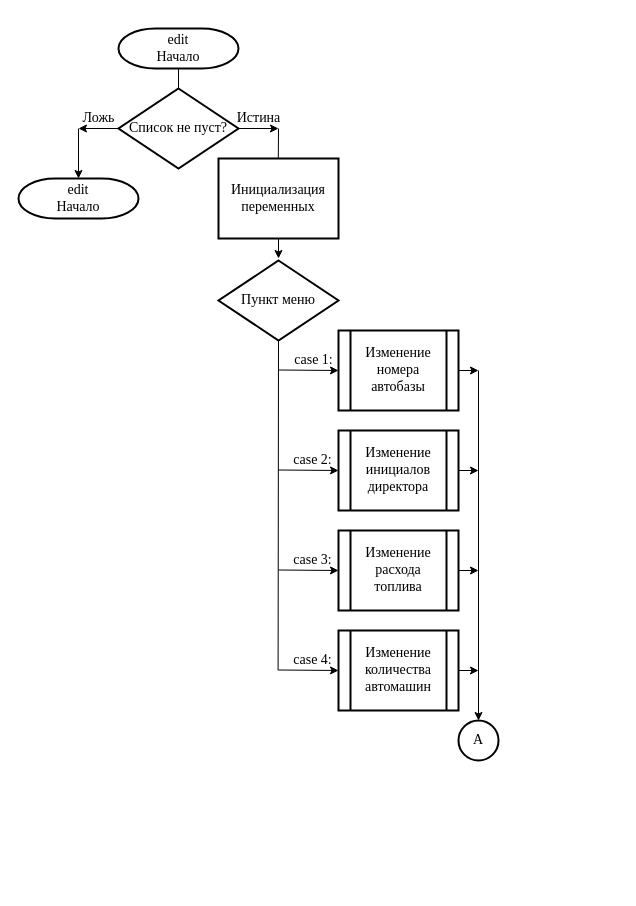
Earlier version of the draw.io diagram page "Корректировка" (9 of 12) of Структурные схемы для КП.drawio (noidoRG/my-draw.io). Source tidied: cells renumbered, new cells numbered last; positions are measured from the earlier drawing's top-left corner, leaving out a move shared by most shapes. Both pictures are drawn from the tidied source at 100%, with x=0, y=0 at pixel (18, 28).
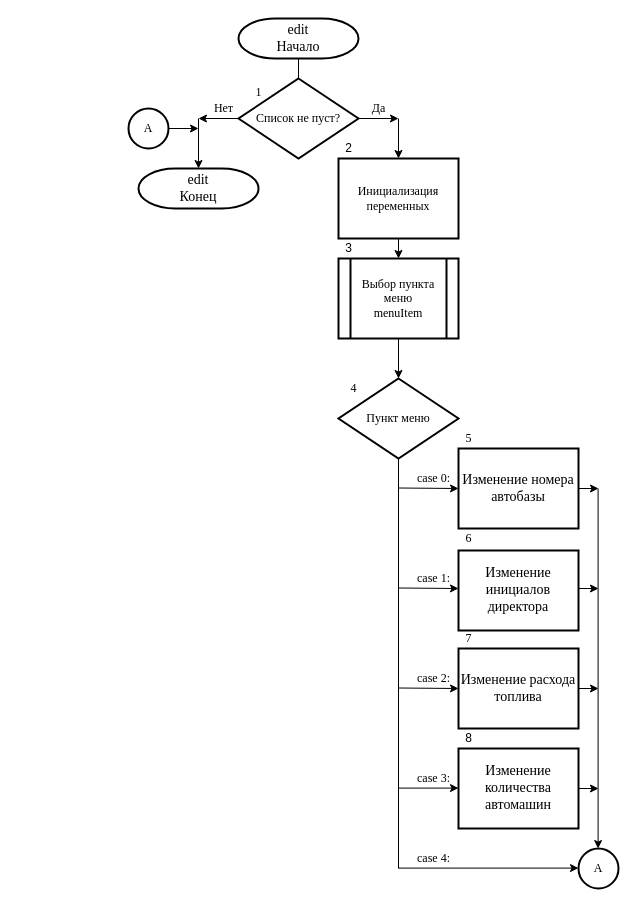
The same page after the edit.

The edit, as a diff of the source:
```diff
@@
-    <mxCell id="2" value="&lt;font style=&quot;font-size: 14px&quot;&gt;edit&lt;br&gt;Начало&lt;/font&gt;" style="strokeWidth=2;html=1;shape=mxgraph.flowchart.terminator;whiteSpace=wrap;fontFamily=Times New Roman;" parent="1" vertex="1">
-      <mxGeometry x="100" width="120" height="40" as="geometry" />
-    </mxCell>
-    <mxCell id="3" value="Список не пуст?" style="rhombus;whiteSpace=wrap;html=1;strokeWidth=2;fontFamily=Times New Roman;fontSize=14;" parent="1" vertex="1">
-      <mxGeometry x="100" y="60" width="120" height="80" as="geometry" />
-    </mxCell>
-    <mxCell id="4" style="endArrow=classic;html=1;rounded=0;fontFamily=Times New Roman;fontSize=14;" parent="1" edge="1">
-      <mxGeometry relative="1" as="geometry">
-        <mxPoint x="100" y="100" as="sourcePoint" />
-        <mxPoint x="60" y="100" as="targetPoint" />
-      </mxGeometry>
-    </mxCell>
-    <mxCell id="5" style="endArrow=classic;html=1;rounded=0;fontFamily=Times New Roman;fontSize=14;" parent="1" edge="1" source="3">
-      <mxGeometry relative="1" as="geometry">
-        <mxPoint x="260" y="100" as="targetPoint" />
-      </mxGeometry>
-    </mxCell>
-    <mxCell id="6" style="endArrow=classic;html=1;fontFamily=Times New Roman;fontSize=14;fontColor=rgb(0, 0, 0);align=center;strokeColor=rgb(0, 0, 0);entryX=0.5;entryY=0;entryDx=0;entryDy=0;entryPerimeter=0;" parent="1" edge="1" target="33">
-      <mxGeometry relative="1" as="geometry">
-        <mxPoint x="60" y="100" as="sourcePoint" />
-      </mxGeometry>
-    </mxCell>
-    <mxCell id="7" style="endArrow=none;html=1;rounded=0;fontFamily=Times New Roman;fontSize=14;" parent="1" edge="1">
-      <mxGeometry relative="1" as="geometry">
-        <mxPoint x="259.8" y="130" as="sourcePoint" />
-        <mxPoint x="260" y="100" as="targetPoint" />
-      </mxGeometry>
-    </mxCell>
-    <mxCell id="8" value="Инициализация переменных" style="rounded=0;whiteSpace=wrap;html=1;strokeWidth=2;fontFamily=Times New Roman;fontSize=14;" parent="1" vertex="1">
-      <mxGeometry x="200" y="130" width="120" height="80" as="geometry" />
-    </mxCell>
-    <mxCell id="9" style="endArrow=none;html=1;rounded=0;fontFamily=Times New Roman;fontSize=14;" parent="1" edge="1">
-      <mxGeometry relative="1" as="geometry">
-        <mxPoint x="160" y="60" as="sourcePoint" />
-        <mxPoint x="160" y="40" as="targetPoint" />
-      </mxGeometry>
-    </mxCell>
-    <mxCell id="10" value="Истина" style="text;html=1;align=center;verticalAlign=middle;fontFamily=Times New Roman;fontSize=14;" parent="1" vertex="1">
-      <mxGeometry x="210" y="80" width="60" height="20" as="geometry" />
-    </mxCell>
-    <mxCell id="11" value="Ложь" style="text;html=1;align=center;verticalAlign=middle;fontFamily=Times New Roman;fontSize=14;" parent="1" vertex="1">
-      <mxGeometry x="60" y="80" width="40" height="20" as="geometry" />
-    </mxCell>
+    <mxCell id="34" value="Выбор пункта меню&lt;br&gt;menuItem" style="shape=process;whiteSpace=wrap;html=1;backgroundOutline=1;strokeWidth=2;fontFamily=Times New Roman;fontSize=12;align=center;" parent="1" vertex="1">
+      <mxGeometry x="320" y="230" width="120" height="80" as="geometry" />
+    </mxCell>
-    <mxCell id="12" value="Пункт меню" style="rhombus;whiteSpace=wrap;html=1;strokeWidth=2;fontFamily=Times New Roman;fontSize=14;" parent="1" vertex="1">
-      <mxGeometry x="200" y="232" width="120" height="80" as="geometry" />
+    <mxCell id="12" value="Пункт меню" style="rhombus;whiteSpace=wrap;html=1;strokeWidth=2;fontFamily=Times New Roman;" parent="1" vertex="1">
+      <mxGeometry x="320" y="350" width="120" height="80" as="geometry" />
     </mxCell>
-    <mxCell id="13" style="endArrow=none;html=1;rounded=0;fontFamily=Times New Roman;fontSize=14;entryX=0.5;entryY=1;entryDx=0;entryDy=0;" parent="1" edge="1" target="12">
-      <mxGeometry relative="1" as="geometry">
-        <mxPoint x="259.6" y="642" as="sourcePoint" />
-      </mxGeometry>
-    </mxCell>
-    <mxCell id="14" style="endArrow=classic;html=1;entryX=0;entryY=0.5;entryDx=0;entryDy=0;rounded=0;fontFamily=Times New Roman;fontSize=14;" parent="1" edge="1" target="15">
-      <mxGeometry relative="1" as="geometry">
-        <mxPoint x="260" y="341.5" as="sourcePoint" />
-      </mxGeometry>
-    </mxCell>
-    <mxCell id="15" value="Изменение номера автобазы" style="shape=process;whiteSpace=wrap;html=1;backgroundOutline=1;strokeWidth=2;fontFamily=Times New Roman;fontSize=14;" parent="1" vertex="1">
-      <mxGeometry x="320" y="302" width="120" height="80" as="geometry" />
-    </mxCell>
-    <mxCell id="16" style="endArrow=classic;html=1;entryX=0;entryY=0.5;entryDx=0;entryDy=0;rounded=0;fontFamily=Times New Roman;fontSize=14;" parent="1" edge="1" target="17">
-      <mxGeometry relative="1" as="geometry">
-        <mxPoint x="260" y="441.5" as="sourcePoint" />
-      </mxGeometry>
-    </mxCell>
-    <mxCell id="17" value="Изменение инициалов директора" style="shape=process;whiteSpace=wrap;html=1;backgroundOutline=1;strokeWidth=2;fontFamily=Times New Roman;fontSize=14;" parent="1" vertex="1">
-      <mxGeometry x="320" y="402" width="120" height="80" as="geometry" />
-    </mxCell>
-    <mxCell id="18" style="endArrow=classic;html=1;entryX=0;entryY=0.5;entryDx=0;entryDy=0;rounded=0;fontFamily=Times New Roman;fontSize=14;" parent="1" edge="1" target="19">
-      <mxGeometry relative="1" as="geometry">
-        <mxPoint x="260" y="541.5" as="sourcePoint" />
-      </mxGeometry>
-    </mxCell>
-    <mxCell id="19" value="Изменение расхода топлива" style="shape=process;whiteSpace=wrap;html=1;backgroundOutline=1;strokeWidth=2;fontFamily=Times New Roman;fontSize=14;" parent="1" vertex="1">
-      <mxGeometry x="320" y="502" width="120" height="80" as="geometry" />
-    </mxCell>
+    <mxCell id="35" style="endArrow=none;html=1;fontFamily=Times New Roman;" parent="1" edge="1">
+      <mxGeometry relative="1" as="geometry">
+        <mxPoint x="380" y="840" as="sourcePoint" />
+        <mxPoint x="380" y="430" as="targetPoint" />
+      </mxGeometry>
+    </mxCell>
+    <mxCell id="36" style="endArrow=classic;html=1;entryX=0;entryY=0.5;entryDx=0;entryDy=0;fontFamily=Times New Roman;" parent="1" edge="1">
+      <mxGeometry relative="1" as="geometry">
+        <mxPoint x="380" y="459.5" as="sourcePoint" />
+        <mxPoint x="440" y="460" as="targetPoint" />
+      </mxGeometry>
+    </mxCell>
+    <mxCell id="37" style="endArrow=classic;html=1;entryX=0;entryY=0.5;entryDx=0;entryDy=0;fontFamily=Times New Roman;" parent="1" edge="1">
+      <mxGeometry relative="1" as="geometry">
+        <mxPoint x="380" y="559.5" as="sourcePoint" />
+        <mxPoint x="440" y="560" as="targetPoint" />
+      </mxGeometry>
+    </mxCell>
+    <mxCell id="38" style="endArrow=classic;html=1;entryX=0;entryY=0.5;entryDx=0;entryDy=0;fontFamily=Times New Roman;" parent="1" edge="1">
+      <mxGeometry relative="1" as="geometry">
+        <mxPoint x="380" y="659.5" as="sourcePoint" />
+        <mxPoint x="440" y="660" as="targetPoint" />
+      </mxGeometry>
+    </mxCell>
+    <mxCell id="39" style="endArrow=classic;html=1;exitX=0.5;exitY=1;exitDx=0;exitDy=0;fontFamily=Times New Roman;" parent="1" edge="1" source="34">
+      <mxGeometry relative="1" as="geometry">
+        <mxPoint x="380" y="350" as="targetPoint" />
+      </mxGeometry>
+    </mxCell>
+    <mxCell id="40" value="case 0:" style="text;html=1;align=center;verticalAlign=middle;strokeColor=none;fillColor=none;fontFamily=Times New Roman;" parent="1" vertex="1">
+      <mxGeometry x="390" y="440" width="50" height="20" as="geometry" />
+    </mxCell>
-    <mxCell id="20" value="case 1:" style="text;html=1;align=center;verticalAlign=middle;strokeColor=none;fillColor=none;fontSize=14;fontFamily=Times New Roman;" parent="1" vertex="1">
-      <mxGeometry x="270" y="322" width="50" height="20" as="geometry" />
+    <mxCell id="20" value="case 1:" style="text;html=1;align=center;verticalAlign=middle;strokeColor=none;fillColor=none;fontFamily=Times New Roman;" parent="1" vertex="1">
+      <mxGeometry x="390" y="540" width="50" height="20" as="geometry" />
     </mxCell>
-    <mxCell id="21" value="case 2:" style="text;html=1;align=center;verticalAlign=middle;strokeColor=none;fillColor=none;fontSize=14;fontFamily=Times New Roman;" parent="1" vertex="1">
-      <mxGeometry x="269" y="422" width="50" height="20" as="geometry" />
+    <mxCell id="21" value="case 2:" style="text;html=1;align=center;verticalAlign=middle;strokeColor=none;fillColor=none;fontFamily=Times New Roman;" parent="1" vertex="1">
+      <mxGeometry x="390" y="640" width="50" height="20" as="geometry" />
     </mxCell>
+    <mxCell id="41" style="endArrow=classic;html=1;fontFamily=Times New Roman;" parent="1" edge="1">
+      <mxGeometry relative="1" as="geometry">
+        <mxPoint x="380" y="759.6" as="sourcePoint" />
+        <mxPoint x="440" y="759.6" as="targetPoint" />
+      </mxGeometry>
+    </mxCell>
-    <mxCell id="22" value="case 3:" style="text;html=1;align=center;verticalAlign=middle;strokeColor=none;fillColor=none;fontSize=14;fontFamily=Times New Roman;" parent="1" vertex="1">
-      <mxGeometry x="269" y="522" width="50" height="20" as="geometry" />
+    <mxCell id="22" value="case 3:" style="text;html=1;align=center;verticalAlign=middle;strokeColor=none;fillColor=none;fontFamily=Times New Roman;" parent="1" vertex="1">
+      <mxGeometry x="390" y="740" width="50" height="20" as="geometry" />
     </mxCell>
-    <mxCell id="23" style="endArrow=classic;html=1;entryX=0;entryY=0.5;entryDx=0;entryDy=0;rounded=0;fontFamily=Times New Roman;fontSize=14;" parent="1" edge="1" target="24">
-      <mxGeometry relative="1" as="geometry">
-        <mxPoint x="260" y="641.5" as="sourcePoint" />
-      </mxGeometry>
-    </mxCell>
+    <mxCell id="25" value="case 4:" style="text;html=1;align=center;verticalAlign=middle;strokeColor=none;fillColor=none;fontFamily=Times New Roman;" parent="1" vertex="1">
+      <mxGeometry x="390" y="820" width="50" height="20" as="geometry" />
+    </mxCell>
+    <mxCell id="42" style="endArrow=classic;html=1;fontFamily=Times New Roman;" parent="1" edge="1">
+      <mxGeometry relative="1" as="geometry">
+        <mxPoint x="560" y="460" as="sourcePoint" />
+        <mxPoint x="580" y="460" as="targetPoint" />
+      </mxGeometry>
+    </mxCell>
+    <mxCell id="43" style="endArrow=classic;html=1;fontFamily=Times New Roman;" parent="1" edge="1">
+      <mxGeometry relative="1" as="geometry">
+        <mxPoint x="560" y="560" as="sourcePoint" />
+        <mxPoint x="580" y="560" as="targetPoint" />
+      </mxGeometry>
+    </mxCell>
+    <mxCell id="44" style="endArrow=classic;html=1;fontFamily=Times New Roman;" parent="1" edge="1">
+      <mxGeometry relative="1" as="geometry">
+        <mxPoint x="560" y="660" as="sourcePoint" />
+        <mxPoint x="580" y="660" as="targetPoint" />
+      </mxGeometry>
+    </mxCell>
+    <mxCell id="45" style="endArrow=classic;html=1;fontFamily=Times New Roman;" parent="1" edge="1">
+      <mxGeometry relative="1" as="geometry">
+        <mxPoint x="560" y="760" as="sourcePoint" />
+        <mxPoint x="580" y="760" as="targetPoint" />
+      </mxGeometry>
+    </mxCell>
+    <mxCell id="46" style="endArrow=classic;html=1;fontFamily=Times New Roman;" parent="1" edge="1">
+      <mxGeometry relative="1" as="geometry">
+        <mxPoint x="579.6" y="460" as="sourcePoint" />
+        <mxPoint x="579.6" y="820" as="targetPoint" />
+      </mxGeometry>
+    </mxCell>
+    <mxCell id="47" style="endArrow=classic;html=1;fontFamily=Times New Roman;" parent="1" edge="1">
+      <mxGeometry relative="1" as="geometry">
+        <mxPoint x="380" y="839.6" as="sourcePoint" />
+        <mxPoint x="560" y="839.6" as="targetPoint" />
+      </mxGeometry>
+    </mxCell>
+    <mxCell id="48" value="А" style="ellipse;whiteSpace=wrap;html=1;strokeWidth=2;fontFamily=Times New Roman;" parent="1" vertex="1">
+      <mxGeometry x="560" y="820" width="40" height="40" as="geometry" />
+    </mxCell>
+    <mxCell id="3" value="Список не пуст?" style="rhombus;whiteSpace=wrap;html=1;strokeWidth=2;fontFamily=Times New Roman;" parent="1" vertex="1">
+      <mxGeometry x="220" y="50" width="120" height="80" as="geometry" />
+    </mxCell>
+    <mxCell id="49" style="endArrow=classic;html=1;fontFamily=Times New Roman;" parent="1" edge="1">
+      <mxGeometry relative="1" as="geometry">
+        <mxPoint x="220" y="90" as="sourcePoint" />
+        <mxPoint x="180" y="90" as="targetPoint" />
+      </mxGeometry>
+    </mxCell>
+    <mxCell id="50" style="endArrow=classic;html=1;fontFamily=Times New Roman;" parent="1" edge="1" source="3">
+      <mxGeometry relative="1" as="geometry">
+        <mxPoint x="380" y="90" as="targetPoint" />
+      </mxGeometry>
+    </mxCell>
+    <mxCell id="51" style="endArrow=none;html=1;fontFamily=Times New Roman;" parent="1" edge="1">
+      <mxGeometry relative="1" as="geometry">
+        <mxPoint x="280" y="50" as="sourcePoint" />
+        <mxPoint x="280" y="30" as="targetPoint" />
+      </mxGeometry>
+    </mxCell>
+    <mxCell id="52" value="Да" style="text;html=1;align=center;verticalAlign=middle;fontFamily=Times New Roman;" parent="1" vertex="1">
+      <mxGeometry x="345" y="70" width="30" height="20" as="geometry" />
+    </mxCell>
+    <mxCell id="53" value="Нет" style="text;html=1;align=center;verticalAlign=middle;fontFamily=Times New Roman;" parent="1" vertex="1">
+      <mxGeometry x="190" y="70" width="30" height="20" as="geometry" />
+    </mxCell>
+    <mxCell id="54" style="endArrow=classic;html=1;fontFamily=Times New Roman;" parent="1" edge="1">
+      <mxGeometry relative="1" as="geometry">
+        <mxPoint x="180" y="90" as="sourcePoint" />
+        <mxPoint x="180" y="140" as="targetPoint" />
+      </mxGeometry>
+    </mxCell>
+    <mxCell id="55" value="&lt;font style=&quot;font-size: 12px&quot;&gt;1&lt;/font&gt;" style="text;html=1;align=center;verticalAlign=middle;strokeColor=none;fillColor=none;fontSize=24;fontFamily=Times New Roman;" parent="1" vertex="1">
+      <mxGeometry x="230" y="40" width="20" height="40" as="geometry" />
+    </mxCell>
+    <mxCell id="56" value="4" style="text;html=1;align=center;verticalAlign=middle;strokeColor=none;fillColor=none;fontSize=12;fontFamily=Times New Roman;" parent="1" vertex="1">
+      <mxGeometry x="325" y="350" width="20" height="20" as="geometry" />
+    </mxCell>
+    <mxCell id="57" value="5" style="text;html=1;align=center;verticalAlign=middle;strokeColor=none;fillColor=none;fontSize=12;fontFamily=Times New Roman;" parent="1" vertex="1">
+      <mxGeometry x="440" y="400" width="20" height="20" as="geometry" />
+    </mxCell>
+    <mxCell id="58" value="6" style="text;html=1;align=center;verticalAlign=middle;strokeColor=none;fillColor=none;fontSize=12;fontFamily=Times New Roman;" parent="1" vertex="1">
+      <mxGeometry x="440" y="500" width="20" height="20" as="geometry" />
+    </mxCell>
+    <mxCell id="59" value="7" style="text;html=1;align=center;verticalAlign=middle;strokeColor=none;fillColor=none;fontSize=12;fontFamily=Times New Roman;" parent="1" vertex="1">
+      <mxGeometry x="440" y="600" width="20" height="20" as="geometry" />
+    </mxCell>
+    <mxCell id="8" value="Инициализация переменных" style="whiteSpace=wrap;html=1;strokeWidth=2;fontFamily=Times New Roman;fontSize=12;" parent="1" vertex="1">
+      <mxGeometry x="320" y="130" width="120" height="80" as="geometry" />
+    </mxCell>
+    <mxCell id="60" style="endArrow=classic;html=1;fontFamily=Times New Roman;fontSize=12;entryX=0.5;entryY=0;entryDx=0;entryDy=0;" parent="1" edge="1" target="8">
+      <mxGeometry relative="1" as="geometry">
+        <mxPoint x="380" y="90" as="sourcePoint" />
+      </mxGeometry>
+    </mxCell>
+    <mxCell id="61" style="endArrow=classic;html=1;fontFamily=Times New Roman;fontSize=12;" parent="1" edge="1">
+      <mxGeometry relative="1" as="geometry">
+        <mxPoint x="380" y="210" as="sourcePoint" />
+        <mxPoint x="380" y="230" as="targetPoint" />
+      </mxGeometry>
+    </mxCell>
+    <mxCell id="62" value="А" style="ellipse;whiteSpace=wrap;html=1;strokeWidth=2;fontFamily=Times New Roman;fontSize=12;" parent="1" vertex="1">
+      <mxGeometry x="110" y="80" width="40" height="40" as="geometry" />
+    </mxCell>
+    <mxCell id="63" style="endArrow=classic;html=1;fontFamily=Times New Roman;fontSize=12;" parent="1" edge="1">
+      <mxGeometry relative="1" as="geometry">
+        <mxPoint x="150" y="100" as="sourcePoint" />
+        <mxPoint x="180" y="100" as="targetPoint" />
+      </mxGeometry>
+    </mxCell>
+    <mxCell id="64" value="2" style="text;html=1;align=center;verticalAlign=middle;strokeColor=none;fillColor=none;" parent="1" vertex="1">
+      <mxGeometry x="320" y="110" width="20" height="20" as="geometry" />
+    </mxCell>
+    <mxCell id="65" value="3" style="text;html=1;align=center;verticalAlign=middle;strokeColor=none;fillColor=none;" parent="1" vertex="1">
+      <mxGeometry x="320" y="210" width="20" height="20" as="geometry" />
+    </mxCell>
+    <mxCell id="66" value="8" style="text;html=1;align=center;verticalAlign=middle;strokeColor=none;fillColor=none;" parent="1" vertex="1">
+      <mxGeometry x="440" y="700" width="20" height="20" as="geometry" />
+    </mxCell>
+    <mxCell id="67" value="&lt;font style=&quot;font-size: 14px&quot;&gt;edit&lt;br&gt;Начало&lt;/font&gt;" style="strokeWidth=2;html=1;shape=mxgraph.flowchart.terminator;whiteSpace=wrap;fontFamily=Times New Roman;" parent="1" vertex="1">
+      <mxGeometry x="220" y="-10" width="120" height="40" as="geometry" />
+    </mxCell>
+    <mxCell id="68" value="&lt;font style=&quot;font-size: 14px&quot;&gt;edit&lt;br&gt;Конец&lt;/font&gt;" style="strokeWidth=2;html=1;shape=mxgraph.flowchart.terminator;whiteSpace=wrap;fontFamily=Times New Roman;" parent="1" vertex="1">
+      <mxGeometry x="120" y="140" width="120" height="40" as="geometry" />
+    </mxCell>
+    <mxCell id="15" value="Изменение номера автобазы" style="rounded=0;whiteSpace=wrap;html=1;strokeWidth=2;fontFamily=Times New Roman;fontSize=14;fontColor=rgb(0, 0, 0);align=center;strokeColor=rgb(0, 0, 0);fillColor=rgb(255, 255, 255);" parent="1" vertex="1">
+      <mxGeometry x="440" y="420" width="120" height="80" as="geometry" />
+    </mxCell>
+    <mxCell id="17" value="Изменение инициалов директора" style="rounded=0;whiteSpace=wrap;html=1;strokeWidth=2;fontFamily=Times New Roman;fontSize=14;fontColor=rgb(0, 0, 0);align=center;strokeColor=rgb(0, 0, 0);fillColor=rgb(255, 255, 255);" parent="1" vertex="1">
+      <mxGeometry x="440" y="522" width="120" height="80" as="geometry" />
+    </mxCell>
+    <mxCell id="19" value="Изменение расхода топлива" style="rounded=0;whiteSpace=wrap;html=1;strokeWidth=2;fontFamily=Times New Roman;fontSize=14;fontColor=rgb(0, 0, 0);align=center;strokeColor=rgb(0, 0, 0);fillColor=rgb(255, 255, 255);" parent="1" vertex="1">
+      <mxGeometry x="440" y="620" width="120" height="80" as="geometry" />
+    </mxCell>
-    <mxCell id="24" value="Изменение количества автомашин" style="shape=process;whiteSpace=wrap;html=1;backgroundOutline=1;strokeWidth=2;fontFamily=Times New Roman;fontSize=14;" parent="1" vertex="1">
-      <mxGeometry x="320" y="602" width="120" height="80" as="geometry" />
+    <mxCell id="24" value="Изменение количества автомашин" style="rounded=0;whiteSpace=wrap;html=1;strokeWidth=2;fontFamily=Times New Roman;fontSize=14;fontColor=rgb(0, 0, 0);align=center;strokeColor=rgb(0, 0, 0);fillColor=rgb(255, 255, 255);" parent="1" vertex="1">
+      <mxGeometry x="440" y="720" width="120" height="80" as="geometry" />
     </mxCell>
-    <mxCell id="25" value="case 4:" style="text;html=1;align=center;verticalAlign=middle;strokeColor=none;fillColor=none;fontSize=14;fontFamily=Times New Roman;" parent="1" vertex="1">
-      <mxGeometry x="269" y="622" width="50" height="20" as="geometry" />
-    </mxCell>
-    <mxCell id="26" style="endArrow=classic;html=1;rounded=0;fontFamily=Times New Roman;fontSize=14;" parent="1" edge="1">
-      <mxGeometry relative="1" as="geometry">
-        <mxPoint x="440" y="342" as="sourcePoint" />
-        <mxPoint x="460" y="342" as="targetPoint" />
-      </mxGeometry>
-    </mxCell>
-    <mxCell id="27" style="endArrow=classic;html=1;rounded=0;fontFamily=Times New Roman;fontSize=14;" parent="1" edge="1">
-      <mxGeometry relative="1" as="geometry">
-        <mxPoint x="440" y="442" as="sourcePoint" />
-        <mxPoint x="460" y="442" as="targetPoint" />
-      </mxGeometry>
-    </mxCell>
-    <mxCell id="28" style="endArrow=classic;html=1;rounded=0;fontFamily=Times New Roman;fontSize=14;" parent="1" edge="1">
-      <mxGeometry relative="1" as="geometry">
-        <mxPoint x="440" y="542" as="sourcePoint" />
-        <mxPoint x="460" y="542" as="targetPoint" />
-      </mxGeometry>
-    </mxCell>
-    <mxCell id="29" style="endArrow=classic;html=1;rounded=0;fontFamily=Times New Roman;fontSize=14;" parent="1" edge="1" source="24">
-      <mxGeometry relative="1" as="geometry">
-        <mxPoint x="460" y="642" as="targetPoint" />
-      </mxGeometry>
-    </mxCell>
-    <mxCell id="30" style="endArrow=classic;html=1;rounded=0;fontFamily=Times New Roman;fontSize=14;" parent="1" edge="1">
-      <mxGeometry relative="1" as="geometry">
-        <mxPoint x="460" y="342" as="sourcePoint" />
-        <mxPoint x="460" y="692" as="targetPoint" />
-      </mxGeometry>
-    </mxCell>
-    <mxCell id="31" value="А" style="ellipse;whiteSpace=wrap;html=1;strokeWidth=2;fontFamily=Times New Roman;fontSize=14;" parent="1" vertex="1">
-      <mxGeometry x="440" y="692" width="40" height="40" as="geometry" />
-    </mxCell>
-    <mxCell id="32" style="endArrow=classic;html=1;rounded=0;fontFamily=Times New Roman;fontSize=14;" parent="1" edge="1">
-      <mxGeometry relative="1" as="geometry">
-        <mxPoint x="260" y="210" as="sourcePoint" />
-        <mxPoint x="260" y="230" as="targetPoint" />
-      </mxGeometry>
-    </mxCell>
-    <mxCell id="33" value="&lt;font style=&quot;font-size: 14px&quot;&gt;edit&lt;br&gt;Начало&lt;/font&gt;" style="strokeWidth=2;html=1;shape=mxgraph.flowchart.terminator;whiteSpace=wrap;fontFamily=Times New Roman;" parent="1" vertex="1">
-      <mxGeometry y="150" width="120" height="40" as="geometry" />
-    </mxCell>
```
